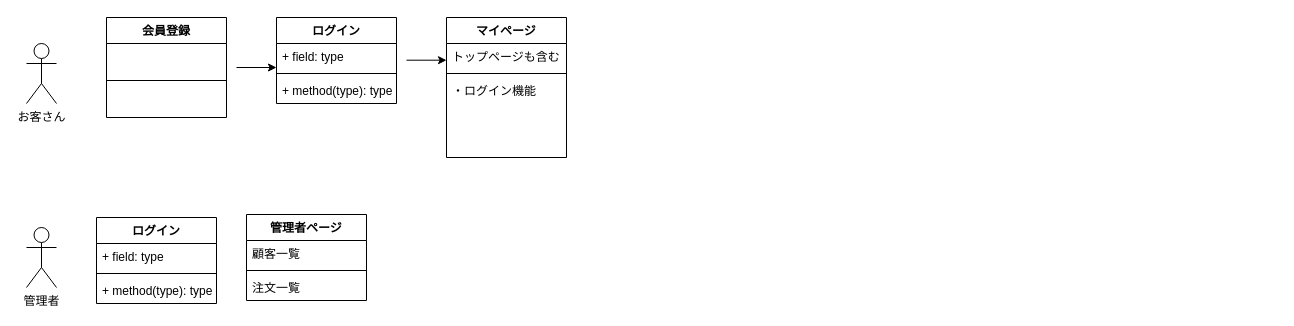
This is page "画面" (1 of 2) of Untitled Diagram.drawio from alisa1230/funcon, a draw.io file, before an edit. Source tidied: cells renumbered, new cells numbered last; positions are measured from the earlier drawing's top-left corner, leaving out a move shared by most shapes. Both pictures are drawn from the tidied source at 100%, with x=0, y=0 at pixel (26, 17).
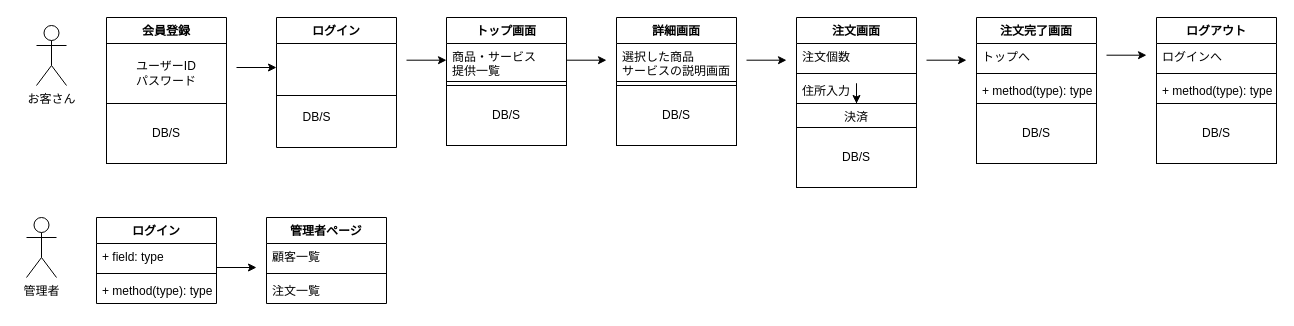
The same page after the edit.

Diff of the diagram source:
```diff
@@
     <mxCell id="2" value="会員登録" style="swimlane;fontStyle=1;align=center;verticalAlign=top;horizontal=1;startSize=26;" parent="1" vertex="1">
-      <mxGeometry x="80" width="120" height="100" as="geometry" />
+      <mxGeometry x="80" width="120" height="146" as="geometry" />
     </mxCell>
-    <mxCell id="3" style="line;strokeWidth=1;fillColor=none;align=left;verticalAlign=middle;spacingTop=-1;spacingLeft=3;spacingRight=3;labelPosition=right;" parent="2" vertex="1">
-      <mxGeometry y="26" width="120" height="74" as="geometry" />
-    </mxCell>
+    <mxCell id="24" value="ユーザーID&lt;br&gt;パスワード" style="whiteSpace=wrap;html=1;" parent="2" vertex="1">
+      <mxGeometry y="26" width="120" height="60" as="geometry" />
+    </mxCell>
+    <mxCell id="25" value="DB/S" style="whiteSpace=wrap;html=1;" parent="2" vertex="1">
+      <mxGeometry y="86" width="120" height="60" as="geometry" />
+    </mxCell>
@@
-    <mxCell id="5" value="マイページ" style="swimlane;fontStyle=1;align=center;verticalAlign=top;horizontal=1;startSize=26;" parent="1" vertex="1">
-      <mxGeometry x="420" width="120" height="140" as="geometry" />
+    <mxCell id="5" value="トップ画面" style="swimlane;fontStyle=1;align=center;verticalAlign=top;horizontal=1;startSize=26;" parent="1" vertex="1">
+      <mxGeometry x="420" width="120" height="68" as="geometry" />
     </mxCell>
-    <mxCell id="6" value="トップページも含む" style="text;strokeColor=none;fillColor=none;align=left;verticalAlign=top;spacingLeft=4;spacingRight=4;overflow=hidden;" parent="5" vertex="1">
-      <mxGeometry y="26" width="120" height="26" as="geometry" />
+    <mxCell id="6" value="商品・サービス&#10;提供一覧" style="text;strokeColor=none;fillColor=none;align=left;verticalAlign=top;spacingLeft=4;spacingRight=4;overflow=hidden;" parent="5" vertex="1">
+      <mxGeometry y="26" width="120" height="34" as="geometry" />
     </mxCell>
     <mxCell id="7" style="line;strokeWidth=1;fillColor=none;align=left;verticalAlign=middle;spacingTop=-1;spacingLeft=3;spacingRight=3;labelPosition=right;" parent="5" vertex="1">
-      <mxGeometry y="52" width="120" height="8" as="geometry" />
+      <mxGeometry y="60" width="120" height="8" as="geometry" />
     </mxCell>
-    <mxCell id="8" value="・ログイン機能&#10;" style="text;strokeColor=none;fillColor=none;align=left;verticalAlign=top;spacingLeft=4;spacingRight=4;overflow=hidden;" parent="5" vertex="1">
-      <mxGeometry y="60" width="120" height="80" as="geometry" />
-    </mxCell>
@@
     <mxCell id="10" value="ログイン" style="swimlane;fontStyle=1;align=center;verticalAlign=top;horizontal=1;startSize=26;" parent="1" vertex="1">
-      <mxGeometry x="250" width="120" height="86" as="geometry" />
+      <mxGeometry x="250" width="120" height="130" as="geometry" />
     </mxCell>
-    <mxCell id="11" value="+ field: type" style="text;strokeColor=none;fillColor=none;align=left;verticalAlign=top;spacingLeft=4;spacingRight=4;overflow=hidden;" parent="10" vertex="1">
-      <mxGeometry y="26" width="120" height="26" as="geometry" />
-    </mxCell>
     <mxCell id="12" style="line;strokeWidth=1;fillColor=none;align=left;verticalAlign=middle;spacingTop=-1;spacingLeft=3;spacingRight=3;labelPosition=right;" parent="10" vertex="1">
-      <mxGeometry y="52" width="120" height="8" as="geometry" />
+      <mxGeometry y="26" width="120" height="104" as="geometry" />
     </mxCell>
-    <mxCell id="13" value="+ method(type): type" style="text;strokeColor=none;fillColor=none;align=left;verticalAlign=top;spacingLeft=4;spacingRight=4;overflow=hidden;" parent="10" vertex="1">
-      <mxGeometry y="60" width="120" height="26" as="geometry" />
-    </mxCell>
     <mxCell id="14" value="お客さん" style="shape=umlActor;verticalLabelPosition=bottom;verticalAlign=top;html=1;" parent="1" vertex="1">
-      <mxGeometry y="26" width="30" height="60" as="geometry" />
+      <mxGeometry x="10" y="8" width="30" height="60" as="geometry" />
     </mxCell>
     <mxCell id="15" value="管理者" style="shape=umlActor;verticalLabelPosition=bottom;verticalAlign=top;html=1;" parent="1" vertex="1">
-      <mxGeometry y="210" width="30" height="60" as="geometry" />
+      <mxGeometry y="200" width="30" height="60" as="geometry" />
     </mxCell>
@@
+    <mxCell id="26" style="endArrow=classic;html=1;" parent="1" edge="1">
+      <mxGeometry relative="1" as="geometry">
+        <mxPoint x="540" y="42.7" as="sourcePoint" />
+        <mxPoint x="580" y="42.7" as="targetPoint" />
+      </mxGeometry>
+    </mxCell>
+    <mxCell id="27" value="詳細画面" style="swimlane;fontStyle=1;align=center;verticalAlign=top;horizontal=1;startSize=26;" parent="1" vertex="1">
+      <mxGeometry x="590" width="120" height="68" as="geometry" />
+    </mxCell>
+    <mxCell id="28" value="選択した商品&#10;サービスの説明画面" style="text;strokeColor=none;fillColor=none;align=left;verticalAlign=top;spacingLeft=4;spacingRight=4;overflow=hidden;" parent="27" vertex="1">
+      <mxGeometry y="26" width="120" height="34" as="geometry" />
+    </mxCell>
+    <mxCell id="29" style="line;strokeWidth=1;fillColor=none;align=left;verticalAlign=middle;spacingTop=-1;spacingLeft=3;spacingRight=3;labelPosition=right;" parent="27" vertex="1">
+      <mxGeometry y="60" width="120" height="8" as="geometry" />
+    </mxCell>
+    <mxCell id="30" style="endArrow=classic;html=1;" parent="1" edge="1">
+      <mxGeometry relative="1" as="geometry">
+        <mxPoint x="720" y="42.7" as="sourcePoint" />
+        <mxPoint x="760" y="42.7" as="targetPoint" />
+      </mxGeometry>
+    </mxCell>
+    <mxCell id="31" style="edgeStyle=orthogonalEdgeStyle;rounded=0;jettySize=auto;html=1;" parent="1" edge="1" source="32" target="41">
+      <mxGeometry relative="1" as="geometry" />
+    </mxCell>
+    <mxCell id="32" value="注文画面" style="swimlane;fontStyle=1;align=center;verticalAlign=top;horizontal=1;startSize=26;" parent="1" vertex="1">
+      <mxGeometry x="770" width="120" height="86" as="geometry" />
+    </mxCell>
+    <mxCell id="33" value="注文個数&#10;" style="text;strokeColor=none;fillColor=none;align=left;verticalAlign=top;spacingLeft=4;spacingRight=4;overflow=hidden;" parent="32" vertex="1">
+      <mxGeometry y="26" width="120" height="26" as="geometry" />
+    </mxCell>
+    <mxCell id="34" style="line;strokeWidth=1;fillColor=none;align=left;verticalAlign=middle;spacingTop=-1;spacingLeft=3;spacingRight=3;labelPosition=right;" parent="32" vertex="1">
+      <mxGeometry y="52" width="120" height="8" as="geometry" />
+    </mxCell>
+    <mxCell id="35" value="住所入力" style="text;strokeColor=none;fillColor=none;align=left;verticalAlign=top;spacingLeft=4;spacingRight=4;overflow=hidden;" parent="32" vertex="1">
+      <mxGeometry y="60" width="120" height="26" as="geometry" />
+    </mxCell>
+    <mxCell id="36" style="endArrow=classic;html=1;" parent="1" edge="1">
+      <mxGeometry relative="1" as="geometry">
+        <mxPoint x="900" y="42.7" as="sourcePoint" />
+        <mxPoint x="940" y="42.7" as="targetPoint" />
+      </mxGeometry>
+    </mxCell>
+    <mxCell id="37" value="注文完了画面" style="swimlane;fontStyle=1;align=center;verticalAlign=top;horizontal=1;startSize=26;" parent="1" vertex="1">
+      <mxGeometry x="950" width="120" height="86" as="geometry" />
+    </mxCell>
+    <mxCell id="38" value="トップへ" style="text;strokeColor=none;fillColor=none;align=left;verticalAlign=top;spacingLeft=4;spacingRight=4;overflow=hidden;" parent="37" vertex="1">
+      <mxGeometry y="26" width="120" height="26" as="geometry" />
+    </mxCell>
+    <mxCell id="39" style="line;strokeWidth=1;fillColor=none;align=left;verticalAlign=middle;spacingTop=-1;spacingLeft=3;spacingRight=3;labelPosition=right;" parent="37" vertex="1">
+      <mxGeometry y="52" width="120" height="8" as="geometry" />
+    </mxCell>
+    <mxCell id="40" value="+ method(type): type" style="text;strokeColor=none;fillColor=none;align=left;verticalAlign=top;spacingLeft=4;spacingRight=4;overflow=hidden;" parent="37" vertex="1">
+      <mxGeometry y="60" width="120" height="26" as="geometry" />
+    </mxCell>
+    <mxCell id="41" value="&lt;div style=&quot;text-align: left&quot;&gt;&lt;span style=&quot;font-weight: 400&quot;&gt;決済&lt;/span&gt;&lt;/div&gt;" style="whiteSpace=wrap;html=1;fontStyle=1;verticalAlign=top;startSize=26;" parent="1" vertex="1">
+      <mxGeometry x="770" y="86" width="120" height="34" as="geometry" />
+    </mxCell>
+    <mxCell id="42" style="endArrow=classic;html=1;" parent="1" edge="1">
+      <mxGeometry relative="1" as="geometry">
+        <mxPoint x="190" y="250" as="sourcePoint" />
+        <mxPoint x="230" y="250" as="targetPoint" />
+      </mxGeometry>
+    </mxCell>
     <mxCell id="20" value="管理者ページ" style="swimlane;fontStyle=1;align=center;verticalAlign=top;horizontal=1;startSize=26;" parent="1" vertex="1">
-      <mxGeometry x="220" y="197" width="120" height="86" as="geometry" />
+      <mxGeometry x="240" y="200" width="120" height="86" as="geometry" />
     </mxCell>
@@
+    <mxCell id="43" value="&lt;span&gt;DB/S&lt;/span&gt;" style="text;html=1;align=center;verticalAlign=middle;" parent="1" vertex="1">
+      <mxGeometry x="270" y="90" width="40" height="20" as="geometry" />
+    </mxCell>
+    <mxCell id="44" value="DB/S" style="whiteSpace=wrap;html=1;" parent="1" vertex="1">
+      <mxGeometry x="420" y="68" width="120" height="60" as="geometry" />
+    </mxCell>
+    <mxCell id="45" value="DB/S" style="whiteSpace=wrap;html=1;" parent="1" vertex="1">
+      <mxGeometry x="590" y="68" width="120" height="60" as="geometry" />
+    </mxCell>
+    <mxCell id="46" value="DB/S" style="whiteSpace=wrap;html=1;" parent="1" vertex="1">
+      <mxGeometry x="770" y="110" width="120" height="60" as="geometry" />
+    </mxCell>
+    <mxCell id="47" value="DB/S" style="whiteSpace=wrap;html=1;" parent="1" vertex="1">
+      <mxGeometry x="950" y="86" width="120" height="60" as="geometry" />
+    </mxCell>
+    <mxCell id="48" value="ログアウト" style="swimlane;fontStyle=1;align=center;verticalAlign=top;horizontal=1;startSize=26;" parent="1" vertex="1">
+      <mxGeometry x="1130" width="120" height="86" as="geometry" />
+    </mxCell>
+    <mxCell id="49" value="ログインへ" style="text;strokeColor=none;fillColor=none;align=left;verticalAlign=top;spacingLeft=4;spacingRight=4;overflow=hidden;" parent="48" vertex="1">
+      <mxGeometry y="26" width="120" height="26" as="geometry" />
+    </mxCell>
+    <mxCell id="50" style="line;strokeWidth=1;fillColor=none;align=left;verticalAlign=middle;spacingTop=-1;spacingLeft=3;spacingRight=3;labelPosition=right;" parent="48" vertex="1">
+      <mxGeometry y="52" width="120" height="8" as="geometry" />
+    </mxCell>
+    <mxCell id="51" value="+ method(type): type" style="text;strokeColor=none;fillColor=none;align=left;verticalAlign=top;spacingLeft=4;spacingRight=4;overflow=hidden;" parent="48" vertex="1">
+      <mxGeometry y="60" width="120" height="26" as="geometry" />
+    </mxCell>
+    <mxCell id="52" style="endArrow=classic;html=1;" parent="1" edge="1">
+      <mxGeometry relative="1" as="geometry">
+        <mxPoint x="1080" y="37.7" as="sourcePoint" />
+        <mxPoint x="1120" y="37.7" as="targetPoint" />
+      </mxGeometry>
+    </mxCell>
+    <mxCell id="53" value="DB/S" style="whiteSpace=wrap;html=1;" parent="1" vertex="1">
+      <mxGeometry x="1130" y="86" width="120" height="60" as="geometry" />
+    </mxCell>
```
